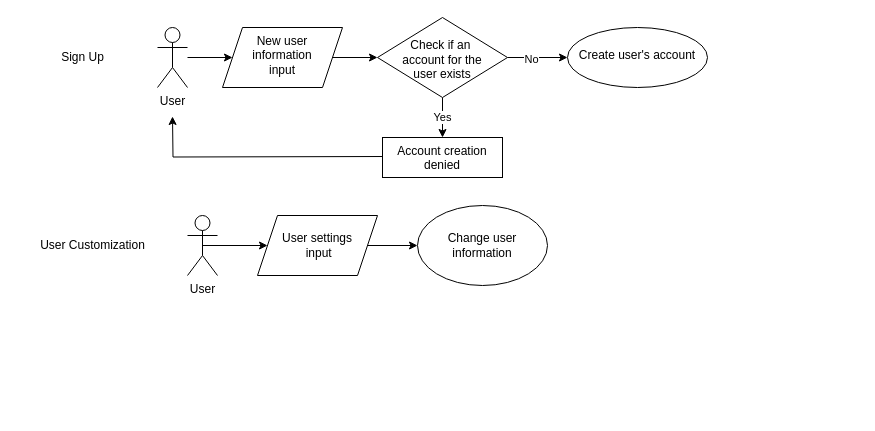
Before: context.drawio in M4RL1M/CPSC-362-Chat-App-Project, a draw.io diagram. Source tidied: cells renumbered, new cells numbered last; positions are measured from the earlier drawing's top-left corner, leaving out a move shared by most shapes. Both pictures are drawn from the tidied source at 100%, with x=0, y=0 at pixel (27, 17).
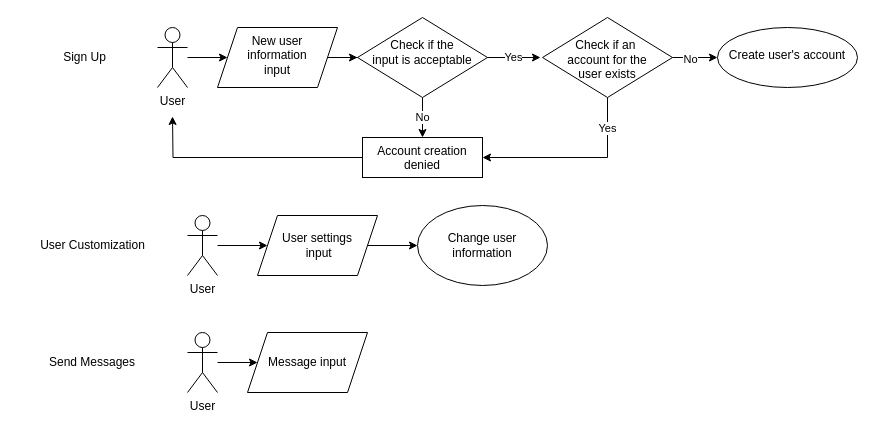
After the change.

The change refers to these unchanged cells:
```xml
<mxCell id="17" value="User" style="shape=umlActor;verticalLabelPosition=bottom;verticalAlign=top;html=1;outlineConnect=0;" parent="1" vertex="1">
  <mxGeometry x="160" y="198" width="30" height="60" as="geometry" />
</mxCell>
<mxCell id="19" value="User settings&lt;div&gt;&amp;nbsp;input&lt;/div&gt;" style="shape=parallelogram;perimeter=parallelogramPerimeter;whiteSpace=wrap;html=1;fixedSize=1;" parent="1" vertex="1">
  <mxGeometry x="230" y="198" width="120" height="60" as="geometry" />
</mxCell>
```

What changed in the source:
```diff
@@
     <mxCell id="4" value="Sign Up" style="text;html=1;align=center;verticalAlign=middle;strokeColor=none;fillColor=none;" parent="1" vertex="1">
-      <mxGeometry x="20" y="25" width="70" height="30" as="geometry" />
+      <mxGeometry x="22" y="25" width="70" height="30" as="geometry" />
     </mxCell>
@@
-    <mxCell id="7" value="Yes" style="edgeStyle=orthogonalEdgeStyle;rounded=0;jettySize=auto;html=1;exitX=0.5;exitY=1;exitDx=0;exitDy=0;entryX=0.5;entryY=0;entryDx=0;entryDy=0;" parent="1" edge="1" source="8" target="12">
-      <mxGeometry relative="1" as="geometry" />
+    <mxCell id="7" value="Yes" style="edgeStyle=orthogonalEdgeStyle;rounded=0;jettySize=auto;html=1;exitX=0.5;exitY=1;exitDx=0;exitDy=0;entryX=1;entryY=0.5;entryDx=0;entryDy=0;" parent="1" edge="1" source="8" target="12">
+      <mxGeometry x="-0.67" relative="1" as="geometry" />
     </mxCell>
     <mxCell id="8" value="&lt;div&gt;&lt;br&gt;&lt;/div&gt;Check&amp;nbsp;&lt;span style=&quot;background-color: initial;&quot;&gt;if an&amp;nbsp;&lt;/span&gt;&lt;div&gt;&lt;div&gt;account&amp;nbsp;&lt;span style=&quot;background-color: initial;&quot;&gt;for the&lt;/span&gt;&lt;/div&gt;&lt;div&gt;&lt;span style=&quot;background-color: initial;&quot;&gt;user exists&lt;/span&gt;&lt;/div&gt;&lt;/div&gt;" style="rhombus;whiteSpace=wrap;html=1;verticalAlign=top;" parent="1" vertex="1">
-      <mxGeometry x="350" width="130" height="80" as="geometry" />
+      <mxGeometry x="515" width="130" height="80" as="geometry" />
     </mxCell>
-    <mxCell id="9" style="edgeStyle=orthogonalEdgeStyle;rounded=0;jettySize=auto;html=1;exitX=1;exitY=0.5;exitDx=0;exitDy=0;entryX=0;entryY=0.5;entryDx=0;entryDy=0;" parent="1" edge="1" source="10" target="8">
-      <mxGeometry relative="1" as="geometry" />
-    </mxCell>
+    <mxCell id="21" style="edgeStyle=orthogonalEdgeStyle;rounded=0;jettySize=auto;html=1;" parent="1" edge="1" source="10" target="28">
+      <mxGeometry relative="1" as="geometry" />
+    </mxCell>
     <mxCell id="10" value="New user&lt;div&gt;information&lt;/div&gt;&lt;div&gt;input&lt;/div&gt;" style="shape=parallelogram;perimeter=parallelogramPerimeter;whiteSpace=wrap;html=1;fixedSize=1;verticalAlign=top;" parent="1" vertex="1">
-      <mxGeometry x="195" y="10" width="120" height="60" as="geometry" />
+      <mxGeometry x="190" y="10" width="120" height="60" as="geometry" />
     </mxCell>
-    <mxCell id="11" style="edgeStyle=orthogonalEdgeStyle;rounded=0;orthogonalLoop=1;jettySize=auto;html=1;exitX=0;exitY=0.5;exitDx=0;exitDy=0;" parent="1" edge="1">
+    <mxCell id="11" style="edgeStyle=orthogonalEdgeStyle;rounded=0;jettySize=auto;html=1;exitX=0;exitY=0.5;exitDx=0;exitDy=0;" parent="1" edge="1" source="12">
       <mxGeometry relative="1" as="geometry">
-        <mxPoint x="360" y="139" as="sourcePoint" />
         <mxPoint x="145" y="99" as="targetPoint" />
       </mxGeometry>
     </mxCell>
     <mxCell id="12" value="&lt;div&gt;&lt;span style=&quot;background-color: initial;&quot;&gt;Account creation denied&lt;/span&gt;&lt;br&gt;&lt;/div&gt;" style="whiteSpace=wrap;html=1;verticalAlign=top;" parent="1" vertex="1">
-      <mxGeometry x="355" y="120" width="120" height="40" as="geometry" />
+      <mxGeometry x="335" y="120" width="120" height="40" as="geometry" />
     </mxCell>
@@
     <mxCell id="14" value="&lt;div&gt;&lt;br&gt;&lt;/div&gt;&lt;div&gt;Create user's account&lt;/div&gt;" style="ellipse;whiteSpace=wrap;html=1;verticalAlign=top;" parent="1" vertex="1">
-      <mxGeometry x="540" y="10" width="140" height="60" as="geometry" />
+      <mxGeometry x="690" y="10" width="140" height="60" as="geometry" />
     </mxCell>
@@
-    <mxCell id="16" style="edgeStyle=orthogonalEdgeStyle;rounded=0;jettySize=auto;html=1;exitX=0.5;exitY=0.5;exitDx=0;exitDy=0;exitPerimeter=0;entryX=0;entryY=0.5;entryDx=0;entryDy=0;" parent="1" edge="1" source="17" target="19">
+    <mxCell id="16" style="edgeStyle=orthogonalEdgeStyle;rounded=0;jettySize=auto;html=1;entryX=0;entryY=0.5;entryDx=0;entryDy=0;" parent="1" edge="1" source="17" target="19">
       <mxGeometry relative="1" as="geometry" />
     </mxCell>
@@
+    <mxCell id="22" value="Send Messages" style="text;html=1;align=center;verticalAlign=middle;whiteSpace=wrap;rounded=0;" parent="1" vertex="1">
+      <mxGeometry x="-10" y="330" width="150" height="30" as="geometry" />
+    </mxCell>
+    <mxCell id="23" style="edgeStyle=orthogonalEdgeStyle;rounded=0;jettySize=auto;html=1;entryX=0;entryY=0.5;entryDx=0;entryDy=0;" parent="1" edge="1" source="24" target="25">
+      <mxGeometry relative="1" as="geometry" />
+    </mxCell>
+    <mxCell id="24" value="User" style="shape=umlActor;verticalLabelPosition=bottom;verticalAlign=top;html=1;outlineConnect=0;" parent="1" vertex="1">
+      <mxGeometry x="160" y="315" width="30" height="60" as="geometry" />
+    </mxCell>
+    <mxCell id="25" value="Message input" style="shape=parallelogram;perimeter=parallelogramPerimeter;whiteSpace=wrap;html=1;fixedSize=1;" parent="1" vertex="1">
+      <mxGeometry x="220" y="315" width="120" height="60" as="geometry" />
+    </mxCell>
+    <mxCell id="26" value="Yes" style="edgeStyle=orthogonalEdgeStyle;rounded=0;orthogonalLoop=1;jettySize=auto;html=1;exitX=1;exitY=0.5;exitDx=0;exitDy=0;entryX=0;entryY=0.5;entryDx=0;entryDy=0;" parent="1" edge="1">
+      <mxGeometry relative="1" as="geometry">
+        <mxPoint x="458" y="40" as="sourcePoint" />
+        <mxPoint x="513" y="40" as="targetPoint" />
+      </mxGeometry>
+    </mxCell>
+    <mxCell id="27" value="No" style="edgeStyle=orthogonalEdgeStyle;rounded=0;jettySize=auto;html=1;entryX=0.5;entryY=0;entryDx=0;entryDy=0;" parent="1" edge="1" source="28" target="12">
+      <mxGeometry relative="1" as="geometry" />
+    </mxCell>
+    <mxCell id="28" value="&lt;div&gt;&lt;br&gt;&lt;/div&gt;&lt;div&gt;Check if the&lt;/div&gt;&lt;div&gt;input is acceptable&lt;/div&gt;" style="rhombus;whiteSpace=wrap;html=1;verticalAlign=top;" parent="1" vertex="1">
+      <mxGeometry x="330" width="130" height="80" as="geometry" />
+    </mxCell>
```
